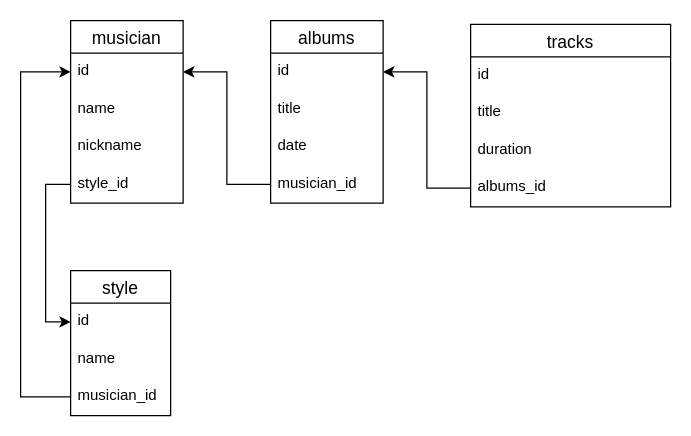
Before: Untitled Diagram.drawio in maxtv1982/py-homework-basic-files, a draw.io diagram. Source tidied: cells renumbered, new cells numbered last; positions are measured from the earlier drawing's top-left corner, leaving out a move shared by most shapes. Both pictures are drawn from the tidied source at 125%, with x=0, y=0 at pixel (20, 20).
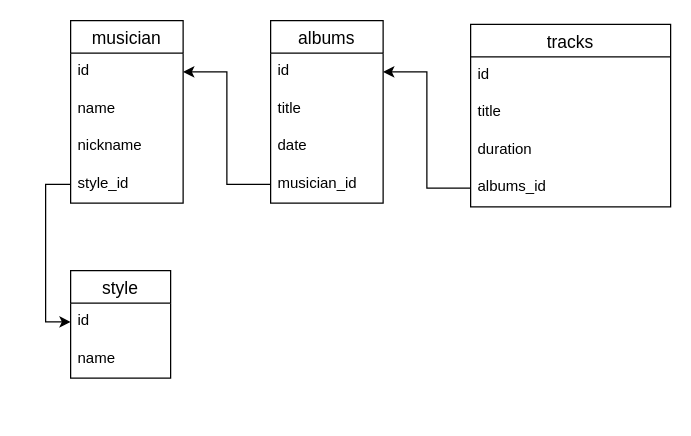
Above is the later version.

Unchanged cells that the change refers to:
```xml
<mxCell id="3" value="id" style="text;strokeColor=none;fillColor=none;spacingLeft=4;spacingRight=4;overflow=hidden;points=[[0,0.5],[1,0.5]];portConstraint=eastwest;fontSize=12;" parent="2" vertex="1">
  <mxGeometry y="26" width="90" height="30" as="geometry" />
</mxCell>
```

What changed in the source:
```diff
@@
     <mxCell id="17" value="style" style="swimlane;fontStyle=0;horizontal=1;startSize=26;align=center;fontSize=14;" parent="1" vertex="1">
-      <mxGeometry x="40" y="200" width="80" height="116" as="geometry" />
+      <mxGeometry x="40" y="200" width="80" height="86" as="geometry" />
     </mxCell>
@@
-    <mxCell id="20" value="musician_id" style="text;strokeColor=none;fillColor=none;spacingLeft=4;spacingRight=4;overflow=hidden;points=[[0,0.5],[1,0.5]];portConstraint=eastwest;fontSize=12;" parent="17" vertex="1">
-      <mxGeometry y="86" width="80" height="30" as="geometry" />
-    </mxCell>
@@
-    <mxCell id="24" style="edgeStyle=orthogonalEdgeStyle;rounded=0;jettySize=auto;html=1;exitX=0;exitY=0.5;exitDx=0;exitDy=0;entryX=0;entryY=0.5;entryDx=0;entryDy=0;" parent="1" edge="1" source="20" target="3">
-      <mxGeometry relative="1" as="geometry">
-        <Array as="points">
-          <mxPoint y="301" />
-          <mxPoint y="41" />
-        </Array>
-      </mxGeometry>
-    </mxCell>
```
